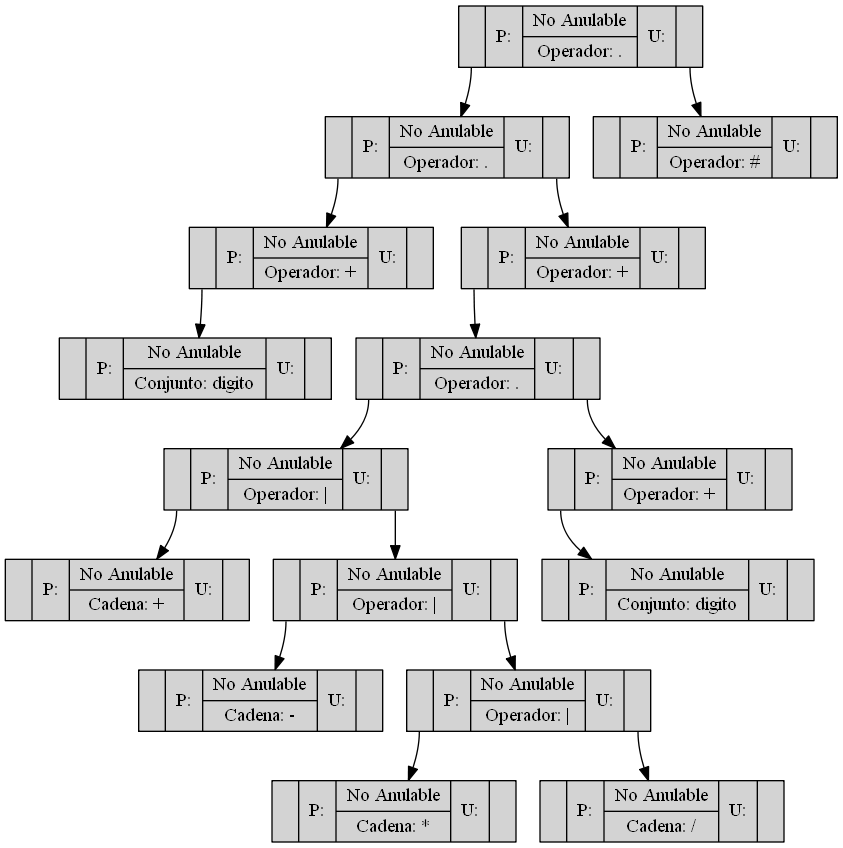
Above: OLC1_Practica1_201701133/Arbol3.png in SelvinLP/-OLC1-Practica1_201701133 (Graphviz), before the change. Its source is kept beside it as OLC1_Practica1_201701133/Arbol3.dot.
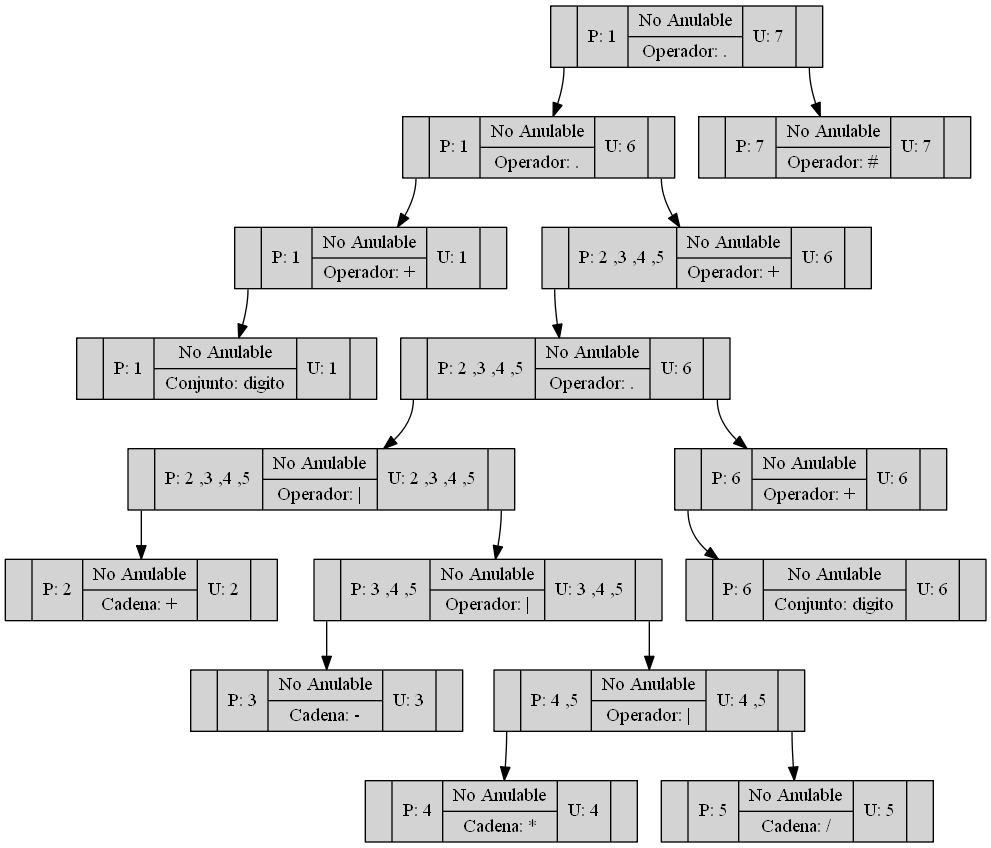
Above is the later version.

Diff of the diagram source:
```diff
@@ -1,36 +1,36 @@
 digraph ARBOL {
 rankdir=TB
 node[shape=record,style=filled]
-"0"[label ="<C0>|P:|{<C1>No Anulable|Operador: \.}|U:|<C2>"];
-"2"[label ="<C0>|P:|{<C1>No Anulable|Operador: \.}|U:|<C2>"];
-"4"[label ="<C0>|P:|{<C1>No Anulable|Operador: \+}|U:|<C2>"];
-"5"[label ="<C0>|P:|{<C1>No Anulable|Conjunto: digito}|U:|<C2>"];
+"0"[label ="<C0>|P: 1|{<C1>No Anulable|Operador: \.}|U: 7|<C2>"];
+"2"[label ="<C0>|P: 1|{<C1>No Anulable|Operador: \.}|U: 6|<C2>"];
+"4"[label ="<C0>|P: 1|{<C1>No Anulable|Operador: \+}|U: 1|<C2>"];
+"5"[label ="<C0>|P: 1|{<C1>No Anulable|Conjunto: digito}|U: 1|<C2>"];
 "4":C0->"5";
 "2":C0->"4";
-"6"[label ="<C0>|P:|{<C1>No Anulable|Operador: \+}|U:|<C2>"];
-"7"[label ="<C0>|P:|{<C1>No Anulable|Operador: \.}|U:|<C2>"];
-"8"[label ="<C0>|P:|{<C1>No Anulable|Operador: \|}|U:|<C2>"];
-"9"[label ="<C0>|P:|{<C1>No Anulable|Cadena: \+}|U:|<C2>"];
+"6"[label ="<C0>|P: 2 ,3 ,4 ,5|{<C1>No Anulable|Operador: \+}|U: 6|<C2>"];
+"7"[label ="<C0>|P: 2 ,3 ,4 ,5|{<C1>No Anulable|Operador: \.}|U: 6|<C2>"];
+"8"[label ="<C0>|P: 2 ,3 ,4 ,5|{<C1>No Anulable|Operador: \|}|U: 2 ,3 ,4 ,5|<C2>"];
+"9"[label ="<C0>|P: 2|{<C1>No Anulable|Cadena: \+}|U: 2|<C2>"];
 "8":C0->"9";
-"10"[label ="<C0>|P:|{<C1>No Anulable|Operador: \|}|U:|<C2>"];
-"11"[label ="<C0>|P:|{<C1>No Anulable|Cadena: \-}|U:|<C2>"];
+"10"[label ="<C0>|P: 3 ,4 ,5|{<C1>No Anulable|Operador: \|}|U: 3 ,4 ,5|<C2>"];
+"11"[label ="<C0>|P: 3|{<C1>No Anulable|Cadena: \-}|U: 3|<C2>"];
 "10":C0->"11";
-"12"[label ="<C0>|P:|{<C1>No Anulable|Operador: \|}|U:|<C2>"];
-"13"[label ="<C0>|P:|{<C1>No Anulable|Cadena: \*}|U:|<C2>"];
+"12"[label ="<C0>|P: 4 ,5|{<C1>No Anulable|Operador: \|}|U: 4 ,5|<C2>"];
+"13"[label ="<C0>|P: 4|{<C1>No Anulable|Cadena: \*}|U: 4|<C2>"];
 "12":C0->"13";
-"14"[label ="<C0>|P:|{<C1>No Anulable|Cadena: \/}|U:|<C2>"];
+"14"[label ="<C0>|P: 5|{<C1>No Anulable|Cadena: \/}|U: 5|<C2>"];
 "12":C2->"14";
 "10":C2->"12";
 "8":C2->"10";
 "7":C0->"8";
-"15"[label ="<C0>|P:|{<C1>No Anulable|Operador: \+}|U:|<C2>"];
-"16"[label ="<C0>|P:|{<C1>No Anulable|Conjunto: digito}|U:|<C2>"];
+"15"[label ="<C0>|P: 6|{<C1>No Anulable|Operador: \+}|U: 6|<C2>"];
+"16"[label ="<C0>|P: 6|{<C1>No Anulable|Conjunto: digito}|U: 6|<C2>"];
 "15":C0->"16";
 "7":C2->"15";
 "6":C0->"7";
 "2":C2->"6";
 "0":C0->"2";
-"1"[label ="<C0>|P:|{<C1>No Anulable|Operador: \#}|U:|<C2>"];
+"1"[label ="<C0>|P: 7|{<C1>No Anulable|Operador: \#}|U: 7|<C2>"];
 "0":C2->"1";
 
 }
```
